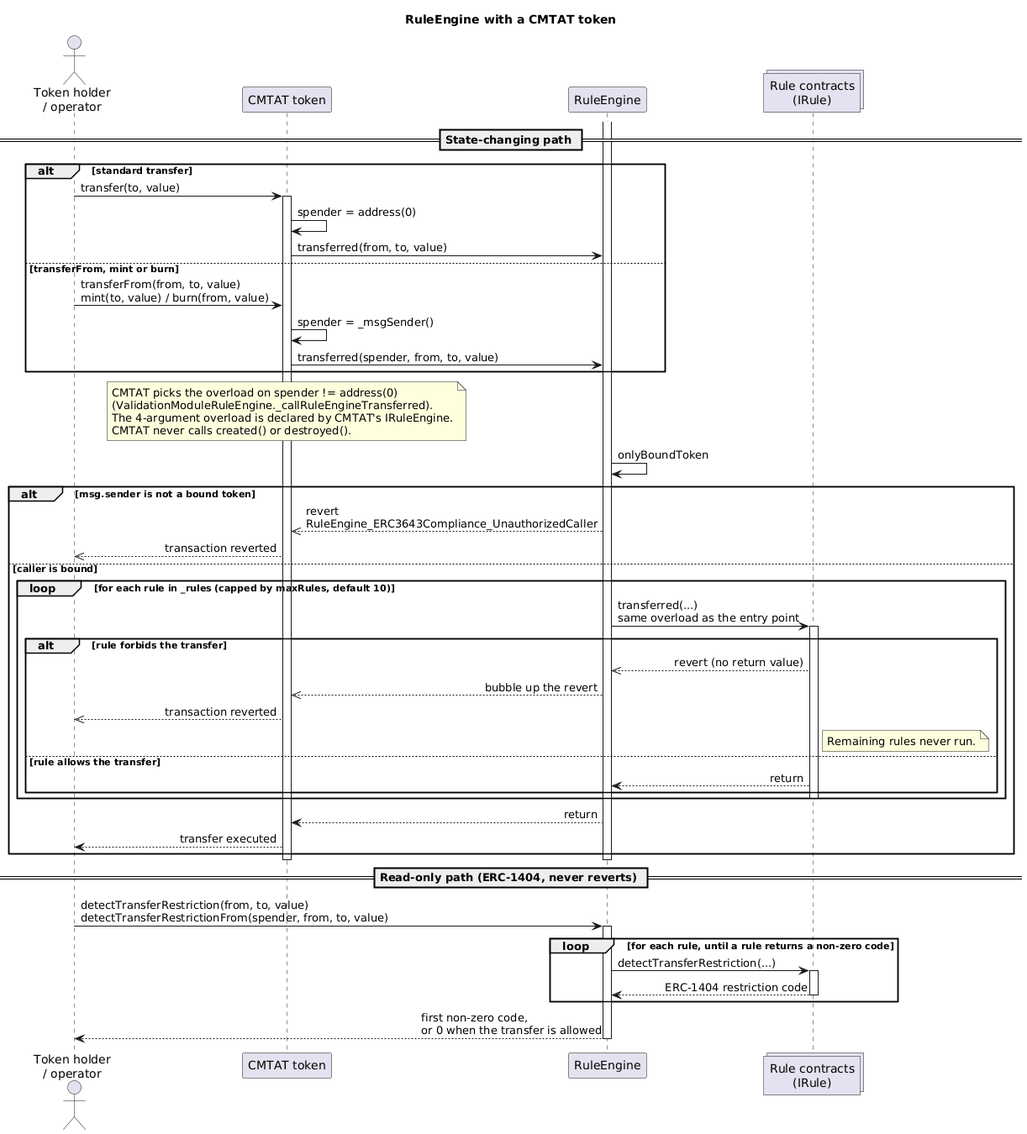
Before: doc/schema/plantuml/ruleengine-flow-cmtat.png, a diagram exported from PlantUML (CMTA/RuleEngine). The source it was exported from:
```plantuml
@startuml
title RuleEngine with a CMTAT token

skinparam shadowing false
skinparam sequenceMessageAlign direction
skinparam ParticipantPadding 12

actor "Token holder\n/ operator" as Holder
participant "CMTAT token" as Token
participant "RuleEngine" as Engine
collections "Rule contracts\n(IRule)" as Rules

== State-changing path ==

alt standard transfer
    Holder -> Token : transfer(to, value)
    activate Token
    Token -> Token : spender = address(0)
    Token -> Engine : transferred(from, to, value)
else transferFrom, mint or burn
    Holder -> Token : transferFrom(from, to, value)\nmint(to, value) / burn(from, value)
    Token -> Token : spender = _msgSender()
    Token -> Engine : transferred(spender, from, to, value)
end

note over Token
    CMTAT picks the overload on spender != address(0)
    (ValidationModuleRuleEngine._callRuleEngineTransferred).
    The 4-argument overload is declared by CMTAT's IRuleEngine.
    CMTAT never calls created() or destroyed().
end note

activate Engine
Engine -> Engine : onlyBoundToken

alt msg.sender is not a bound token
    Engine -->> Token : revert\nRuleEngine_ERC3643Compliance_UnauthorizedCaller
    Token -->> Holder : transaction reverted
else caller is bound
    loop for each rule in _rules (capped by maxRules, default 10)
        Engine -> Rules : transferred(...)\nsame overload as the entry point
        activate Rules
        alt rule forbids the transfer
            Rules -->> Engine : revert (no return value)
            Engine -->> Token : bubble up the revert
            Token -->> Holder : transaction reverted
            note right of Rules
                Remaining rules never run.
            end note
        else rule allows the transfer
            Rules --> Engine : return
        end
        deactivate Rules
    end
    Engine --> Token : return
    Token --> Holder : transfer executed
end
deactivate Engine
deactivate Token

== Read-only path (ERC-1404, never reverts) ==

Holder -> Engine : detectTransferRestriction(from, to, value)\ndetectTransferRestrictionFrom(spender, from, to, value)
activate Engine
loop for each rule, until a rule returns a non-zero code
    Engine -> Rules : detectTransferRestriction(...)
    activate Rules
    Rules --> Engine : ERC-1404 restriction code
    deactivate Rules
end
Engine --> Holder : first non-zero code,\nor 0 when the transfer is allowed
deactivate Engine

@enduml
```
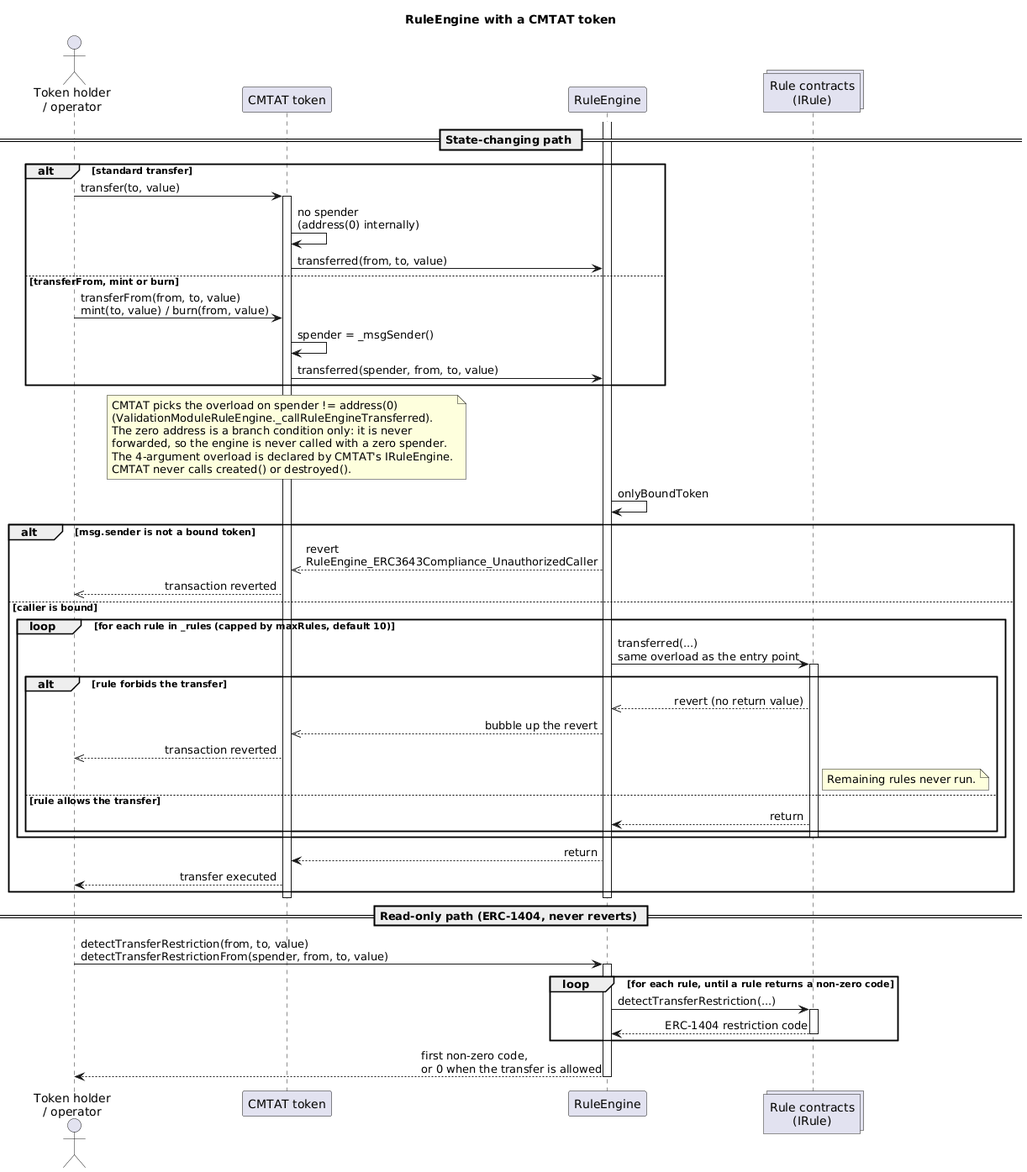
The same diagram one commit later.

Commit message:
Clarify that CMTAT uses the 3-argument transferred() for plain transfers and never forwards a zero spender

The edit, as a diff of the source:
```diff
@@ -15,7 +15,7 @@
 alt standard transfer
     Holder -> Token : transfer(to, value)
     activate Token
-    Token -> Token : spender = address(0)
+    Token -> Token : no spender\n(address(0) internally)
     Token -> Engine : transferred(from, to, value)
 else transferFrom, mint or burn
     Holder -> Token : transferFrom(from, to, value)\nmint(to, value) / burn(from, value)
@@ -26,6 +26,8 @@
 note over Token
     CMTAT picks the overload on spender != address(0)
     (ValidationModuleRuleEngine._callRuleEngineTransferred).
+    The zero address is a branch condition only: it is never
+    forwarded, so the engine is never called with a zero spender.
     The 4-argument overload is declared by CMTAT's IRuleEngine.
     CMTAT never calls created() or destroyed().
 end note
```
